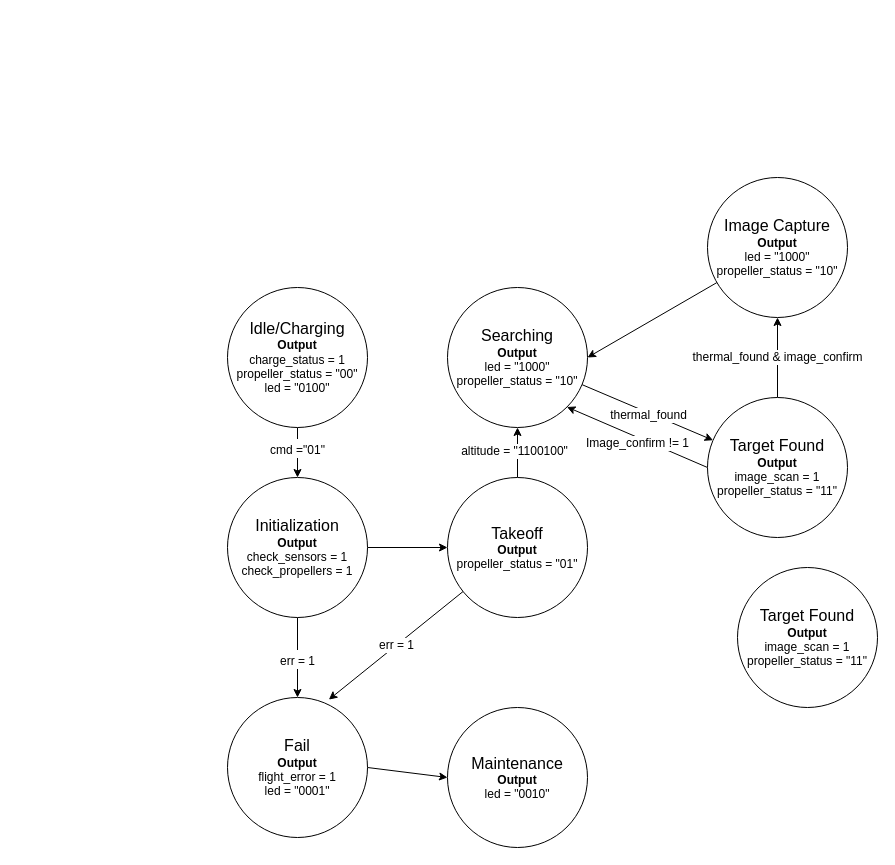
This is charts/Untitled Diagram.drawio from umazhar/ELEC402_project, a draw.io file, before an edit. Source tidied: cells renumbered, new cells numbered last; positions are measured from the earlier drawing's top-left corner, leaving out a move shared by most shapes. Both pictures are drawn from the tidied source at 100%, with x=0, y=0 at pixel (227, 177).
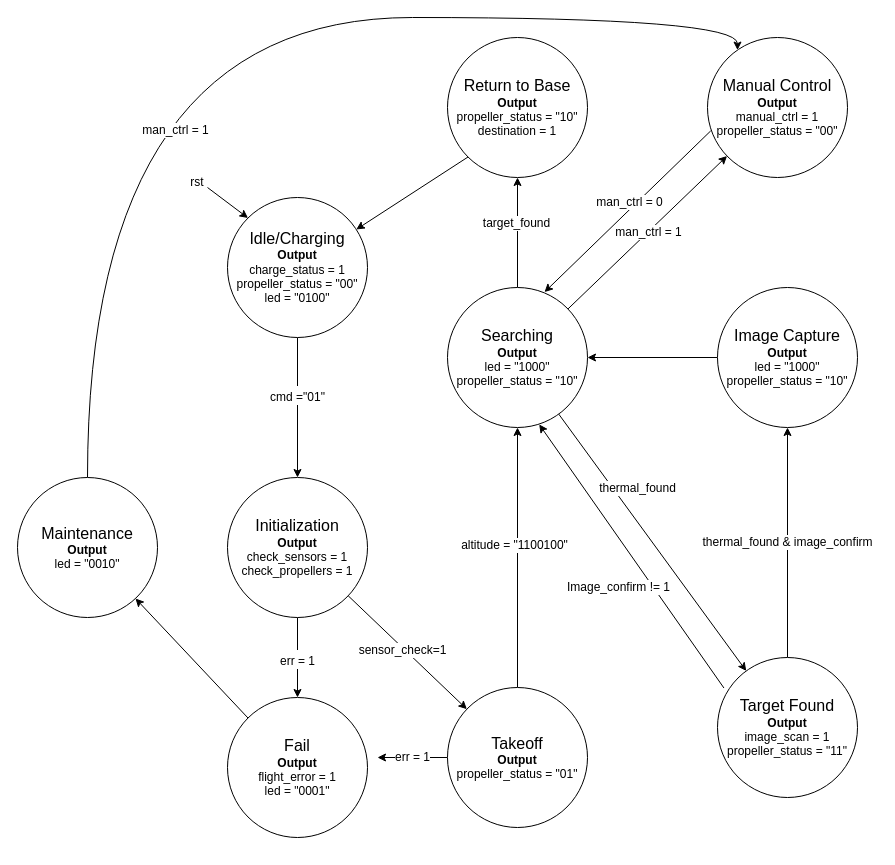
Above is the later version.

Unchanged cells that the change refers to:
```xml
<mxCell id="10" value="&lt;font size=&quot;3&quot;&gt;Fail&lt;/font&gt;&lt;br&gt;&lt;b&gt;Output&lt;/b&gt;&lt;br&gt;flight_error = 1&lt;br&gt;led = &quot;0001&quot;" style="ellipse;whiteSpace=wrap;html=1;" parent="1" vertex="1">
  <mxGeometry y="520" width="140" height="140" as="geometry" />
</mxCell>
<mxCell id="14" value="&lt;font size=&quot;3&quot;&gt;Initialization&lt;/font&gt;&lt;br&gt;&lt;b&gt;Output&lt;/b&gt;&lt;br&gt;check_sensors = 1&lt;br&gt;check_propellers = 1" style="ellipse;whiteSpace=wrap;html=1;" parent="1" vertex="1">
  <mxGeometry y="300" width="140" height="140" as="geometry" />
</mxCell>
<mxCell id="17" style="edgeStyle=none;rounded=0;jettySize=auto;html=1;fontSize=12;" parent="1" edge="1" source="19" target="24">
  <mxGeometry relative="1" as="geometry" />
</mxCell>
<mxCell id="19" value="&lt;font size=&quot;3&quot;&gt;Searching&lt;/font&gt;&lt;br&gt;&lt;b&gt;Output&lt;/b&gt;&lt;br&gt;led = &quot;1000&quot;&lt;br&gt;propeller_status = &quot;10&quot;&lt;br&gt;" style="ellipse;whiteSpace=wrap;html=1;" parent="1" vertex="1">
  <mxGeometry x="220" y="110" width="140" height="140" as="geometry" />
</mxCell>
```

Change to the diagram source:
```diff
@@
     <mxCell id="4" value="&lt;font style=&quot;font-size: 16px;&quot;&gt;Idle/Charging&lt;br&gt;&lt;/font&gt;&lt;b&gt;Output&lt;/b&gt;&lt;br&gt;charge_status = 1&lt;br&gt;propeller_status = &quot;00&quot;&lt;br&gt;led = &quot;0100&quot;" style="ellipse;whiteSpace=wrap;html=1;" parent="1" vertex="1">
-      <mxGeometry y="110" width="140" height="140" as="geometry" />
+      <mxGeometry y="20" width="140" height="140" as="geometry" />
     </mxCell>
@@
-    <mxCell id="7" value="err = 1" style="edgeStyle=none;rounded=0;jettySize=auto;html=1;fontSize=12;entryX=0.724;entryY=0.015;entryDx=0;entryDy=0;entryPerimeter=0;" parent="1" edge="1" source="8" target="10">
-      <mxGeometry relative="1" as="geometry" />
+    <mxCell id="7" value="err = 1" style="edgeStyle=none;rounded=0;jettySize=auto;html=1;fontSize=12;" parent="1" edge="1" source="8">
+      <mxGeometry relative="1" as="geometry">
+        <mxPoint x="150" y="580" as="targetPoint" />
+      </mxGeometry>
     </mxCell>
     <mxCell id="8" value="&lt;font size=&quot;3&quot;&gt;Takeoff&lt;/font&gt;&lt;br&gt;&lt;b&gt;Output&lt;/b&gt;&lt;br&gt;propeller_status = &quot;01&quot;" style="ellipse;whiteSpace=wrap;html=1;" parent="1" vertex="1">
-      <mxGeometry x="220" y="300" width="140" height="140" as="geometry" />
+      <mxGeometry x="220" y="510" width="140" height="140" as="geometry" />
     </mxCell>
-    <mxCell id="9" style="edgeStyle=none;rounded=0;jettySize=auto;html=1;exitX=1;exitY=0.5;exitDx=0;exitDy=0;entryX=0;entryY=0.5;entryDx=0;entryDy=0;fontSize=16;" parent="1" edge="1" source="10" target="15">
+    <mxCell id="9" style="edgeStyle=none;rounded=0;jettySize=auto;html=1;exitX=0;exitY=0;exitDx=0;exitDy=0;fontSize=16;" parent="1" edge="1" source="10" target="15">
       <mxGeometry relative="1" as="geometry" />
     </mxCell>
@@
-    <mxCell id="13" style="edgeStyle=none;rounded=0;jettySize=auto;html=1;exitX=1;exitY=0.5;exitDx=0;exitDy=0;fontSize=16;entryX=0;entryY=0.5;entryDx=0;entryDy=0;" parent="1" edge="1" source="14" target="8">
+    <mxCell id="13" style="edgeStyle=none;rounded=0;jettySize=auto;html=1;fontSize=16;" parent="1" edge="1" source="14" target="8">
       <mxGeometry relative="1" as="geometry" />
     </mxCell>
+    <mxCell id="26" value="sensor_check=1" style="edgeLabel;html=1;align=center;verticalAlign=middle;fontSize=12;" parent="13" vertex="1">
+      <mxGeometry x="-0.07" y="-2" relative="1" as="geometry" />
+    </mxCell>
@@
+    <mxCell id="27" style="edgeStyle=orthogonalEdgeStyle;rounded=0;jettySize=auto;html=1;fontSize=12;curved=1;" parent="1" edge="1" source="15" target="36">
+      <mxGeometry relative="1" as="geometry">
+        <Array as="points">
+          <mxPoint x="-140" y="-160" />
+          <mxPoint x="510" y="-160" />
+        </Array>
+      </mxGeometry>
+    </mxCell>
+    <mxCell id="28" value="man_ctrl = 1" style="edgeLabel;html=1;align=center;verticalAlign=middle;fontSize=12;" parent="27" vertex="1">
+      <mxGeometry x="-0.39" y="-87" relative="1" as="geometry" />
+    </mxCell>
     <mxCell id="15" value="&lt;font size=&quot;3&quot;&gt;Maintenance&lt;/font&gt;&lt;br&gt;&lt;b&gt;Output&lt;/b&gt;&lt;br&gt;led = &quot;0010&quot;" style="ellipse;whiteSpace=wrap;html=1;" parent="1" vertex="1">
-      <mxGeometry x="220" y="530" width="140" height="140" as="geometry" />
+      <mxGeometry x="-210" y="300" width="140" height="140" as="geometry" />
     </mxCell>
@@
     <mxCell id="18" value="thermal_found" style="edgeLabel;html=1;align=center;verticalAlign=middle;fontSize=12;" parent="17" vertex="1">
       <mxGeometry x="-0.02" y="-3" relative="1" as="geometry">
-        <mxPoint x="3" as="offset" />
+        <mxPoint x="-11" y="-54" as="offset" />
       </mxGeometry>
     </mxCell>
+    <mxCell id="29" style="edgeStyle=none;rounded=0;jettySize=auto;html=1;fontSize=12;exitX=0.5;exitY=0;exitDx=0;exitDy=0;" parent="1" edge="1" source="19" target="25">
+      <mxGeometry relative="1" as="geometry" />
+    </mxCell>
+    <mxCell id="30" value="target_found" style="edgeLabel;html=1;align=center;verticalAlign=middle;fontSize=12;" parent="29" vertex="1">
+      <mxGeometry x="0.19" y="2" relative="1" as="geometry" />
+    </mxCell>
+    <mxCell id="31" style="edgeStyle=none;rounded=0;jettySize=auto;html=1;fontSize=12;" parent="1" edge="1" source="19" target="36">
+      <mxGeometry relative="1" as="geometry" />
+    </mxCell>
+    <mxCell id="32" value="man_ctrl = 1" style="edgeLabel;html=1;align=center;verticalAlign=middle;fontSize=12;" parent="31" vertex="1">
+      <mxGeometry x="0.01" relative="1" as="geometry" />
+    </mxCell>
@@
     <mxCell id="21" value="&lt;font size=&quot;3&quot;&gt;Image Capture&lt;/font&gt;&lt;br&gt;&lt;b&gt;Output&lt;/b&gt;&lt;br&gt;led = &quot;1000&quot;&lt;br&gt;propeller_status = &quot;10&quot;" style="ellipse;whiteSpace=wrap;html=1;" parent="1" vertex="1">
-      <mxGeometry x="480" width="140" height="140" as="geometry" />
+      <mxGeometry x="490" y="110" width="140" height="140" as="geometry" />
     </mxCell>
-    <mxCell id="22" style="edgeStyle=none;rounded=0;jettySize=auto;html=1;exitX=0;exitY=0.5;exitDx=0;exitDy=0;fontSize=12;entryX=1;entryY=1;entryDx=0;entryDy=0;" parent="1" edge="1" source="24" target="19">
+    <mxCell id="22" style="edgeStyle=none;rounded=0;jettySize=auto;html=1;exitX=0.046;exitY=0.218;exitDx=0;exitDy=0;fontSize=12;entryX=0.655;entryY=0.978;entryDx=0;entryDy=0;entryPerimeter=0;exitPerimeter=0;" parent="1" edge="1" source="24" target="19">
       <mxGeometry relative="1" as="geometry" />
     </mxCell>
     <mxCell id="23" value="Image_confirm != 1" style="edgeLabel;html=1;align=center;verticalAlign=middle;fontSize=12;" parent="22" vertex="1">
       <mxGeometry x="-0.2" relative="1" as="geometry">
-        <mxPoint x="-14" as="offset" />
+        <mxPoint x="-32" y="5" as="offset" />
       </mxGeometry>
     </mxCell>
     <mxCell id="24" value="&lt;font size=&quot;3&quot;&gt;Target Found&lt;br&gt;&lt;/font&gt;&lt;b&gt;Output&lt;/b&gt;&lt;br&gt;image_scan = 1&lt;br&gt;propeller_status = &quot;11&quot;" style="ellipse;whiteSpace=wrap;html=1;" parent="1" vertex="1">
-      <mxGeometry x="480" y="220" width="140" height="140" as="geometry" />
+      <mxGeometry x="490" y="480" width="140" height="140" as="geometry" />
     </mxCell>
+    <mxCell id="33" style="edgeStyle=none;rounded=0;jettySize=auto;html=1;exitX=0;exitY=1;exitDx=0;exitDy=0;fontSize=12;" parent="1" edge="1" source="25" target="4">
+      <mxGeometry relative="1" as="geometry" />
+    </mxCell>
-    <mxCell id="25" value="&lt;font size=&quot;3&quot;&gt;Target Found&lt;br&gt;&lt;/font&gt;&lt;b&gt;Output&lt;/b&gt;&lt;br&gt;image_scan = 1&lt;br&gt;propeller_status = &quot;11&quot;" style="ellipse;whiteSpace=wrap;html=1;" parent="1" vertex="1">
-      <mxGeometry x="510" y="390" width="140" height="140" as="geometry" />
+    <mxCell id="25" value="&lt;font size=&quot;3&quot;&gt;Return to Base&lt;br&gt;&lt;/font&gt;&lt;b&gt;Output&lt;/b&gt;&lt;br&gt;propeller_status = &quot;10&quot;&lt;br&gt;destination = 1" style="ellipse;whiteSpace=wrap;html=1;" parent="1" vertex="1">
+      <mxGeometry x="220" y="-140" width="140" height="140" as="geometry" />
     </mxCell>
+    <mxCell id="34" style="edgeStyle=none;rounded=0;jettySize=auto;html=1;fontSize=12;exitX=0.023;exitY=0.667;exitDx=0;exitDy=0;exitPerimeter=0;entryX=0.693;entryY=0.033;entryDx=0;entryDy=0;entryPerimeter=0;" parent="1" edge="1" source="36" target="19">
+      <mxGeometry relative="1" as="geometry" />
+    </mxCell>
+    <mxCell id="35" value="man_ctrl = 0" style="edgeLabel;html=1;align=center;verticalAlign=middle;fontSize=12;" parent="34" vertex="1">
+      <mxGeometry x="-0.07" y="-5" relative="1" as="geometry">
+        <mxPoint x="-1" as="offset" />
+      </mxGeometry>
+    </mxCell>
+    <mxCell id="36" value="&lt;font size=&quot;3&quot;&gt;Manual Control&lt;br&gt;&lt;/font&gt;&lt;b&gt;Output&lt;/b&gt;&lt;br&gt;manual_ctrl = 1&lt;br&gt;propeller_status = &quot;00&quot;" style="ellipse;whiteSpace=wrap;html=1;" parent="1" vertex="1">
+      <mxGeometry x="480" y="-140" width="140" height="140" as="geometry" />
+    </mxCell>
+    <mxCell id="37" style="endArrow=classic;html=1;rounded=0;fontSize=12;entryX=0;entryY=0;entryDx=0;entryDy=0;" parent="1" edge="1" target="4">
+      <mxGeometry relative="1" as="geometry">
+        <mxPoint x="-20" y="10" as="sourcePoint" />
+      </mxGeometry>
+    </mxCell>
+    <mxCell id="38" value="rst&lt;br&gt;" style="text;html=1;strokeColor=none;fillColor=none;align=center;verticalAlign=middle;whiteSpace=wrap;rounded=0;fontSize=12;" parent="1" vertex="1">
+      <mxGeometry x="-60" y="-10" width="60" height="30" as="geometry" />
+    </mxCell>
```
